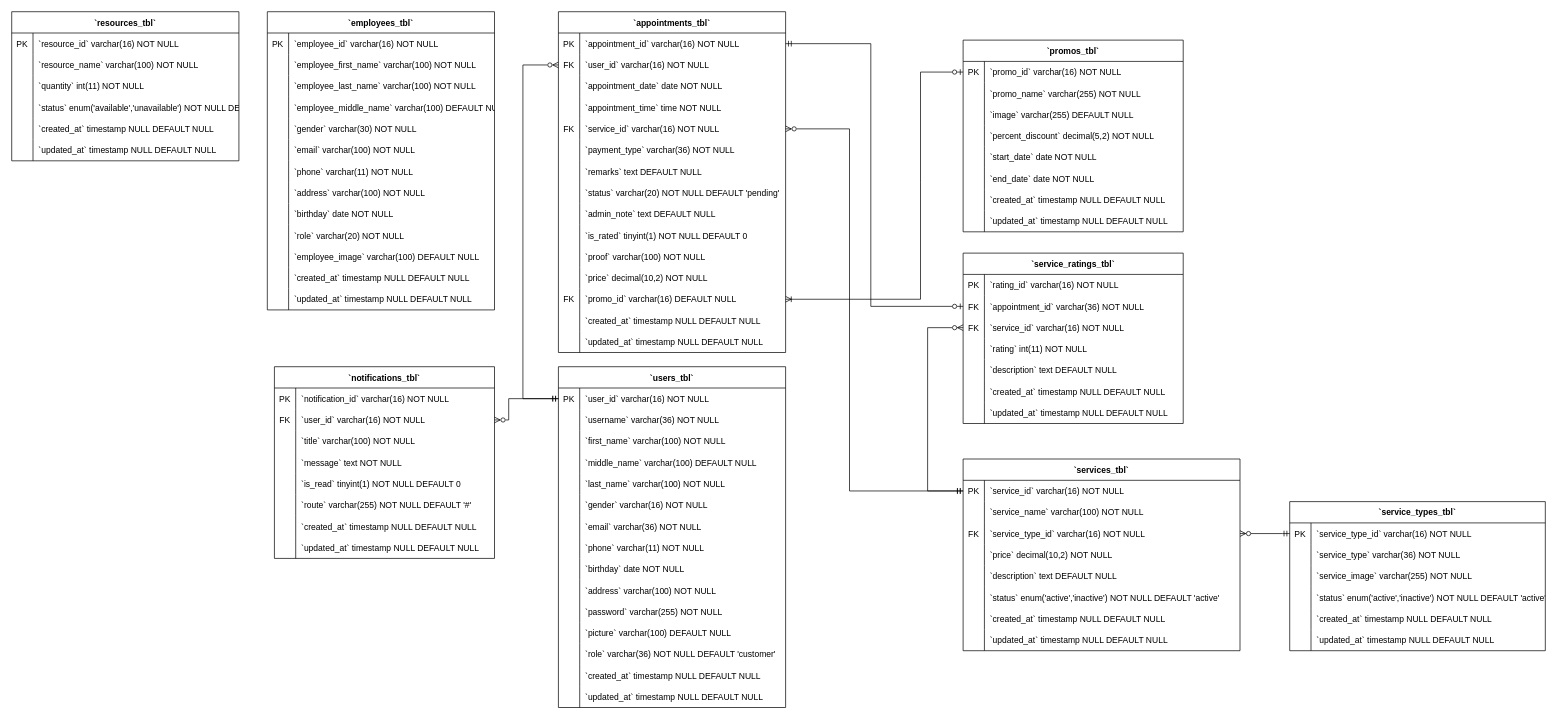
raphaelenciso/flancis-web keeps this draw.io diagram as public/erd.drawio. Above is the earlier version. Source tidied: cells renumbered, new cells numbered last; positions are measured from the earlier drawing's top-left corner, leaving out a move shared by most shapes. Both pictures are drawn from the tidied source at 71%, with x=0, y=0 at pixel (11, 11).
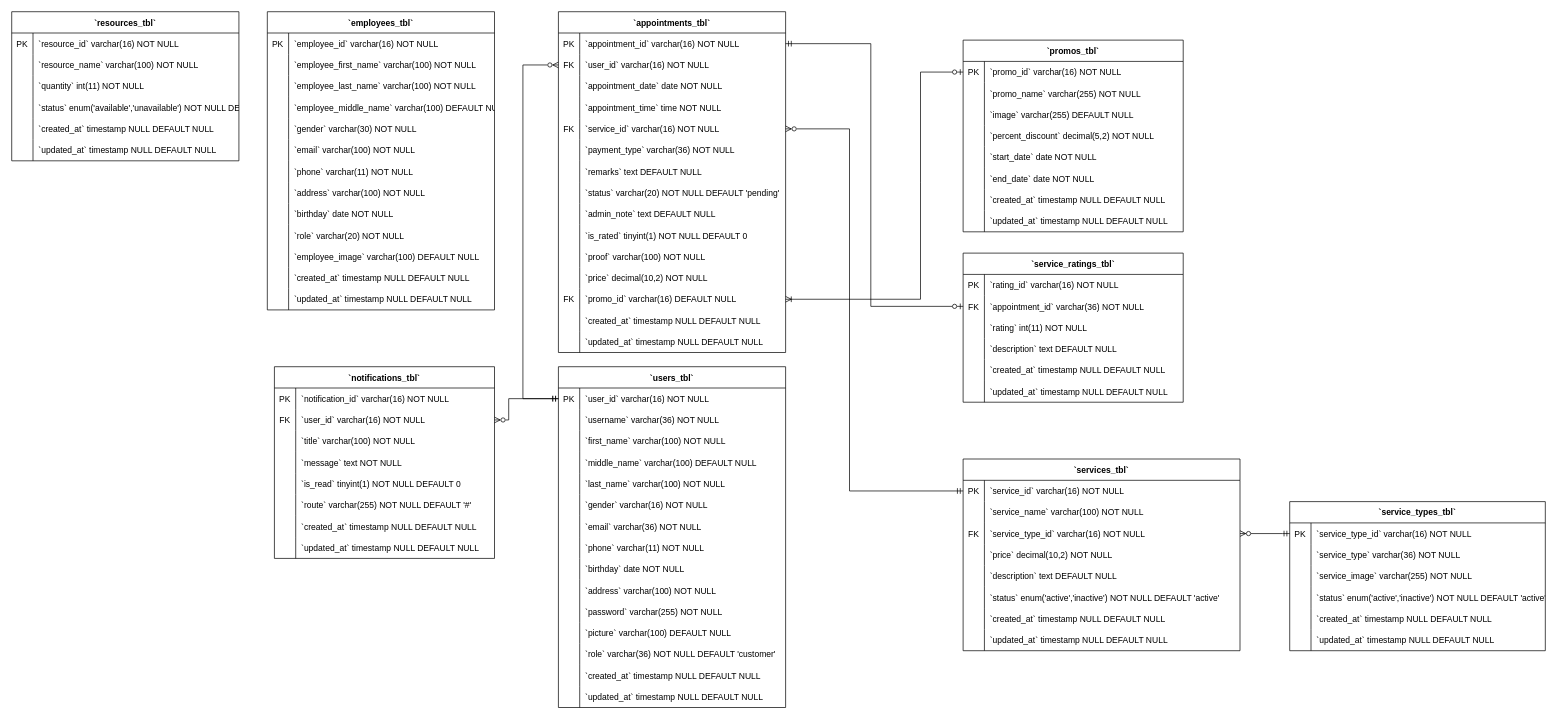
Above is the later version.

The change refers to these unchanged cells:
```xml
<mxCell id="158" style="shape=tableRow;horizontal=0;startSize=0;swimlaneHead=0;swimlaneBody=0;fillColor=none;points=[[0,0.5],[1,0.5]];portConstraint=eastwest;strokeColor=inherit;top=0;left=0;right=0;bottom=0;" parent="157" vertex="1">
  <mxGeometry y="30" width="390" height="30" as="geometry" />
</mxCell>
```

What changed in the source:
```diff
@@
     <mxCell id="182" value="`service_ratings_tbl`" style="shape=table;startSize=30;childLayout=tableLayout;rowLines=0;fontStyle=1;align=center;" parent="1" vertex="1">
-      <mxGeometry x="1340" y="340" width="310" height="240" as="geometry" />
+      <mxGeometry x="1340" y="340" width="310" height="210" as="geometry" />
     </mxCell>
@@
-    <mxCell id="189" style="shape=tableRow;horizontal=0;startSize=0;swimlaneHead=0;swimlaneBody=0;fillColor=none;points=[[0,0.5],[1,0.5]];portConstraint=eastwest;strokeColor=inherit;top=0;left=0;right=0;bottom=0;" parent="182" vertex="1">
-      <mxGeometry y="90" width="310" height="30" as="geometry" />
-    </mxCell>
-    <mxCell id="190" value="FK" style="shape=partialRectangle;overflow=hidden;fillColor=none;strokeColor=inherit;top=0;left=0;bottom=0;right=0;" parent="189" vertex="1">
-      <mxGeometry width="30" height="30" as="geometry" />
-    </mxCell>
-    <mxCell id="191" value="`service_id` varchar(16) NOT NULL" style="shape=partialRectangle;overflow=hidden;fillColor=none;align=left;strokeColor=inherit;top=0;left=0;bottom=0;right=0;spacingLeft=6;" parent="189" vertex="1">
-      <mxGeometry x="30" width="280" height="30" as="geometry" />
-    </mxCell>
     <mxCell id="192" style="shape=tableRow;horizontal=0;startSize=0;swimlaneHead=0;swimlaneBody=0;fillColor=none;strokeColor=inherit;top=0;left=0;right=0;bottom=0;" parent="182" vertex="1">
-      <mxGeometry y="120" width="310" height="30" as="geometry" />
+      <mxGeometry y="90" width="310" height="30" as="geometry" />
     </mxCell>
@@
     <mxCell id="195" style="shape=tableRow;horizontal=0;startSize=0;swimlaneHead=0;swimlaneBody=0;fillColor=none;strokeColor=inherit;top=0;left=0;right=0;bottom=0;" parent="182" vertex="1">
-      <mxGeometry y="150" width="310" height="30" as="geometry" />
+      <mxGeometry y="120" width="310" height="30" as="geometry" />
     </mxCell>
@@
     <mxCell id="198" style="shape=tableRow;horizontal=0;startSize=0;swimlaneHead=0;swimlaneBody=0;fillColor=none;strokeColor=inherit;top=0;left=0;right=0;bottom=0;" parent="182" vertex="1">
-      <mxGeometry y="180" width="310" height="30" as="geometry" />
+      <mxGeometry y="150" width="310" height="30" as="geometry" />
     </mxCell>
@@
     <mxCell id="201" style="shape=tableRow;horizontal=0;startSize=0;swimlaneHead=0;swimlaneBody=0;fillColor=none;strokeColor=inherit;top=0;left=0;right=0;bottom=0;" parent="182" vertex="1">
-      <mxGeometry y="210" width="310" height="30" as="geometry" />
+      <mxGeometry y="180" width="310" height="30" as="geometry" />
     </mxCell>
@@
-    <mxCell id="270" style="endArrow=ERmandOne;html=1;rounded=0;entryX=0;entryY=0.5;entryDx=0;entryDy=0;startArrow=ERzeroToMany;startFill=0;endFill=0;exitX=0;exitY=0.5;exitDx=0;exitDy=0;" parent="1" edge="1" source="189" target="158">
-      <mxGeometry relative="1" as="geometry">
-        <Array as="points">
-          <mxPoint x="1290" y="445" />
-          <mxPoint x="1290" y="675" />
-        </Array>
-      </mxGeometry>
-    </mxCell>
```
